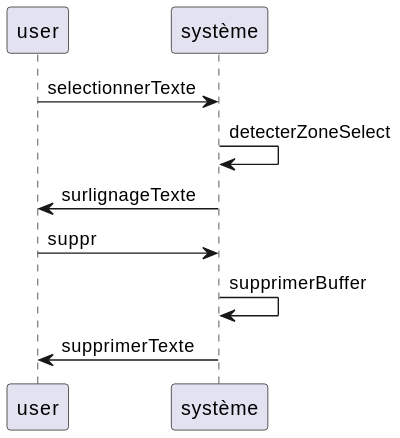
kiurow590/ESIR2_OMD_Project_Editor keeps this PlantUML diagram as UMLDiag/v1/SequenceEffacer.svg. Above is the earlier version.
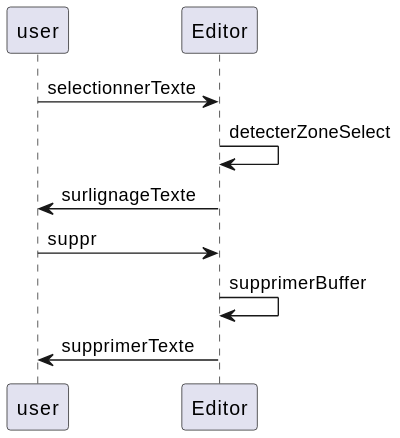
After the commit.

The edit, as a diff of the source:
```diff
@@ -1,8 +1,8 @@
 @startuml
-user -> système: selectionnerTexte
-système -> système: detecterZoneSelect
-système -> user: surlignageTexte
-user -> système: suppr
-système -> système: supprimerBuffer
-système -> user: supprimerTexte
+user -> Editor: selectionnerTexte
+Editor -> Editor: detecterZoneSelect
+Editor -> user: surlignageTexte
+user -> Editor: suppr
+Editor -> Editor: supprimerBuffer
+Editor -> user: supprimerTexte
 @enduml
```
